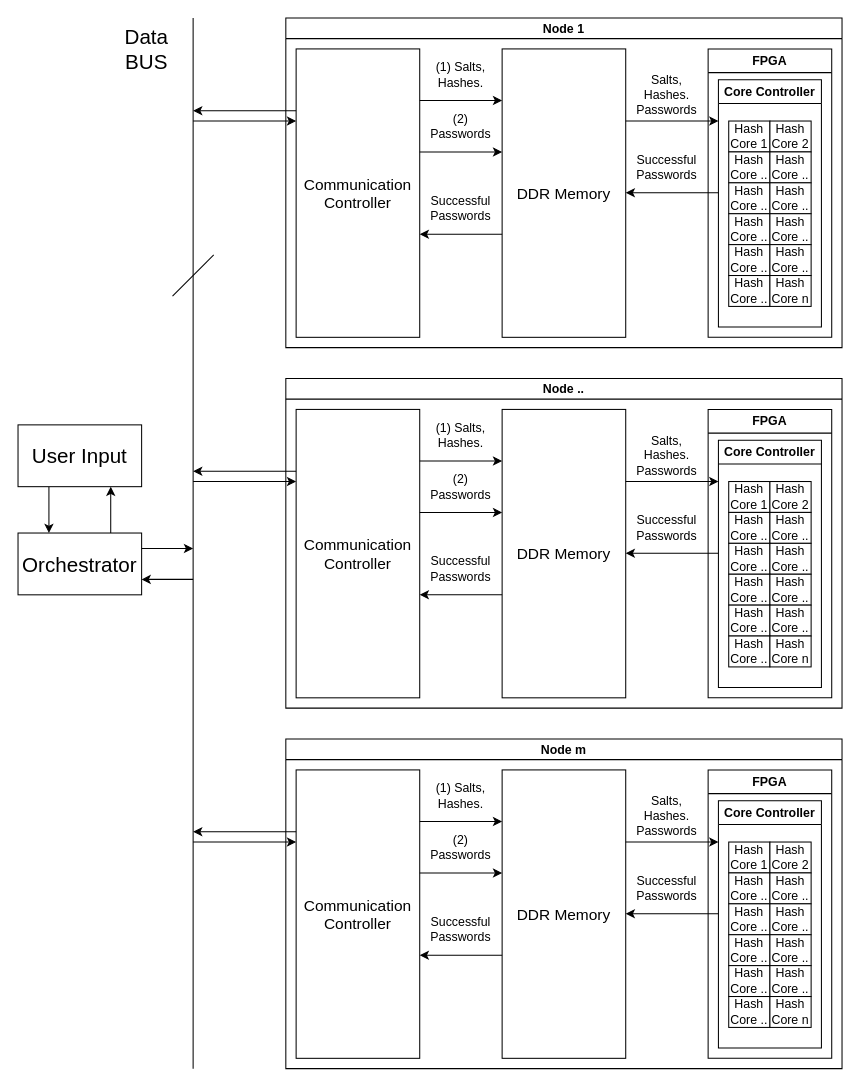
Above: figures/system-overview/system-overview.drawio in Niclasapdk/ESD3_project (draw.io), before the change. Source tidied: cells renumbered, new cells numbered last; positions are measured from the earlier drawing's top-left corner, leaving out a move shared by most shapes. Both pictures are drawn from the tidied source at 103%, with x=0, y=0 at pixel (18, 18).
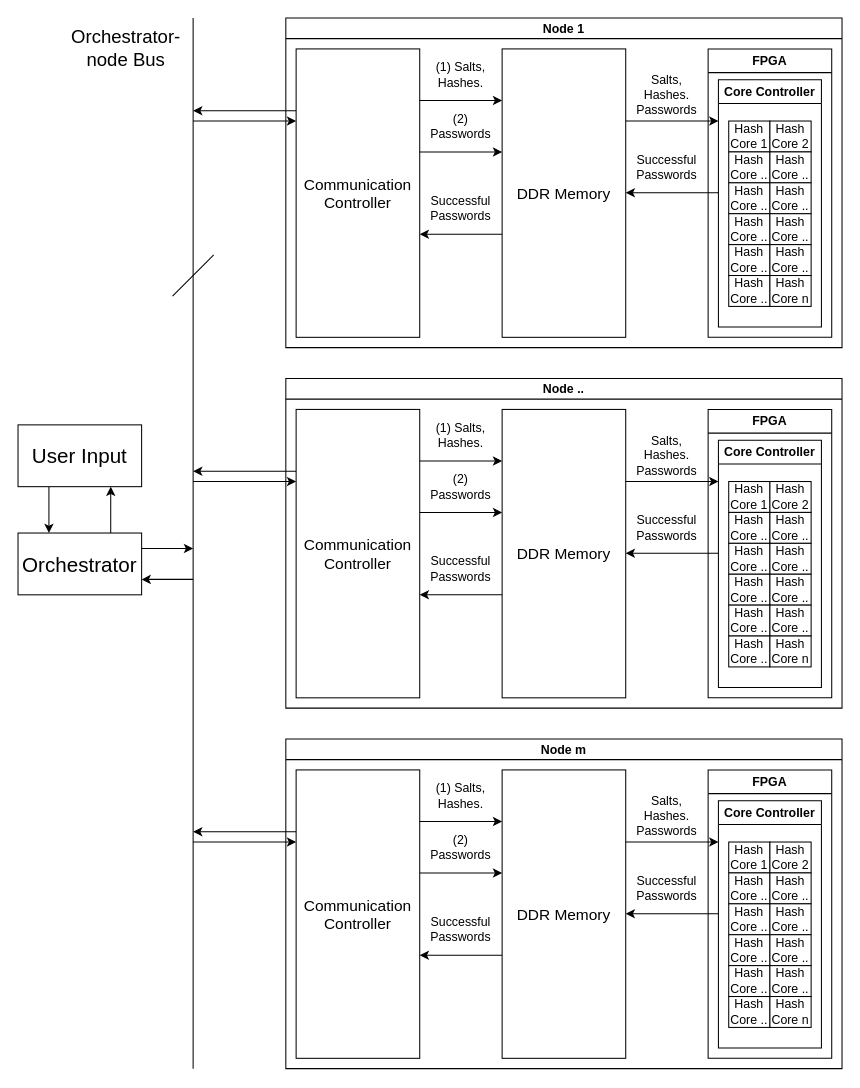
Above is the later version.

Commit message:
changed data bus to orchestrator-node bus

Change to the diagram source:
```diff
@@
-    <mxCell id="86" value="&lt;font style=&quot;font-size: 20px;&quot;&gt;Data BUS&lt;br&gt;&lt;/font&gt;" style="text;html=1;strokeColor=none;fillColor=none;align=center;verticalAlign=middle;whiteSpace=wrap;rounded=0;" parent="1" vertex="1">
-      <mxGeometry x="90" width="70" height="60" as="geometry" />
+    <mxCell id="86" value="&lt;font style=&quot;font-size: 18px;&quot;&gt;Orchestrator-node Bus&lt;/font&gt;" style="text;html=1;strokeColor=none;fillColor=none;align=center;verticalAlign=middle;whiteSpace=wrap;rounded=0;" parent="1" vertex="1">
+      <mxGeometry x="50" width="110" height="60" as="geometry" />
     </mxCell>
```
